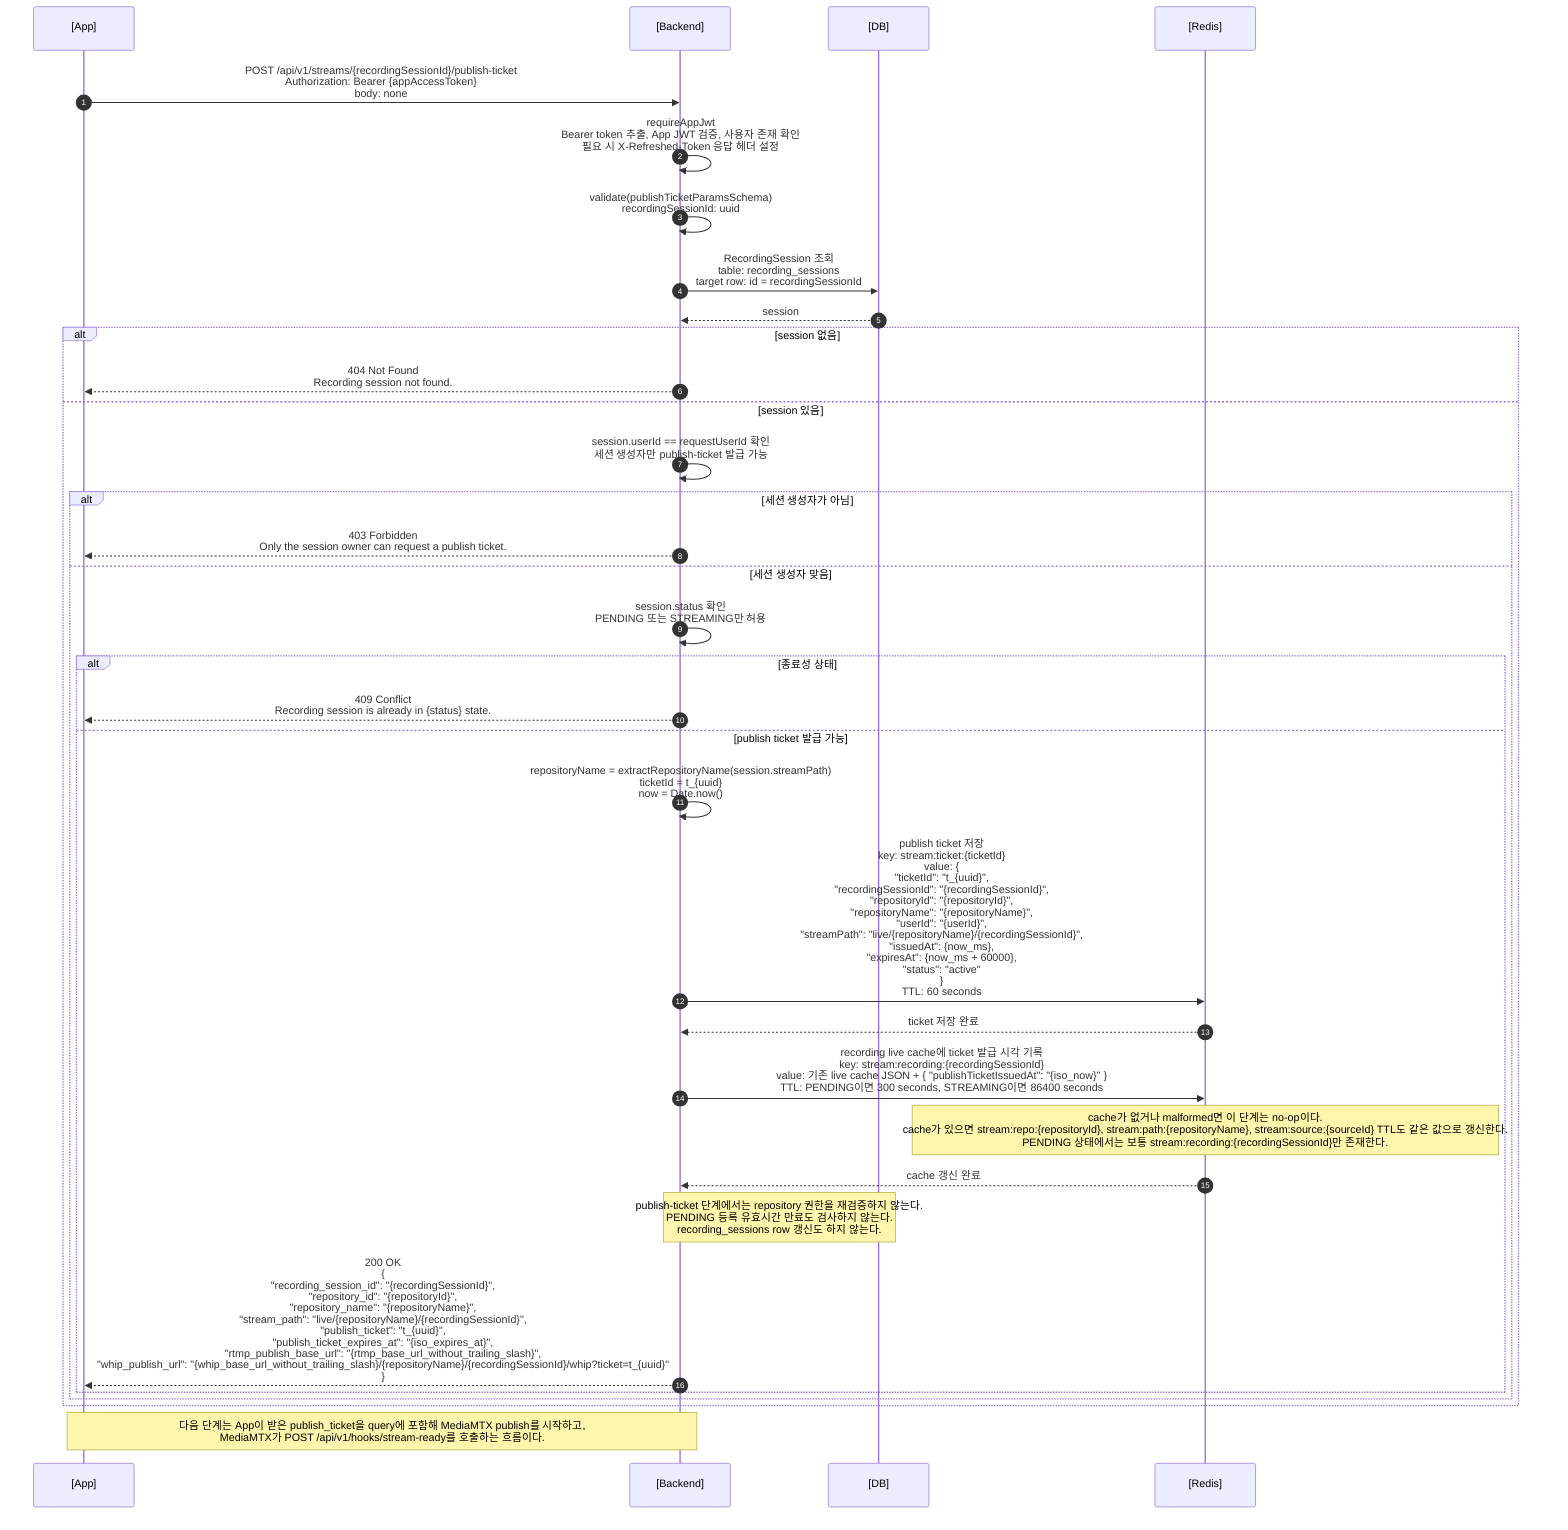
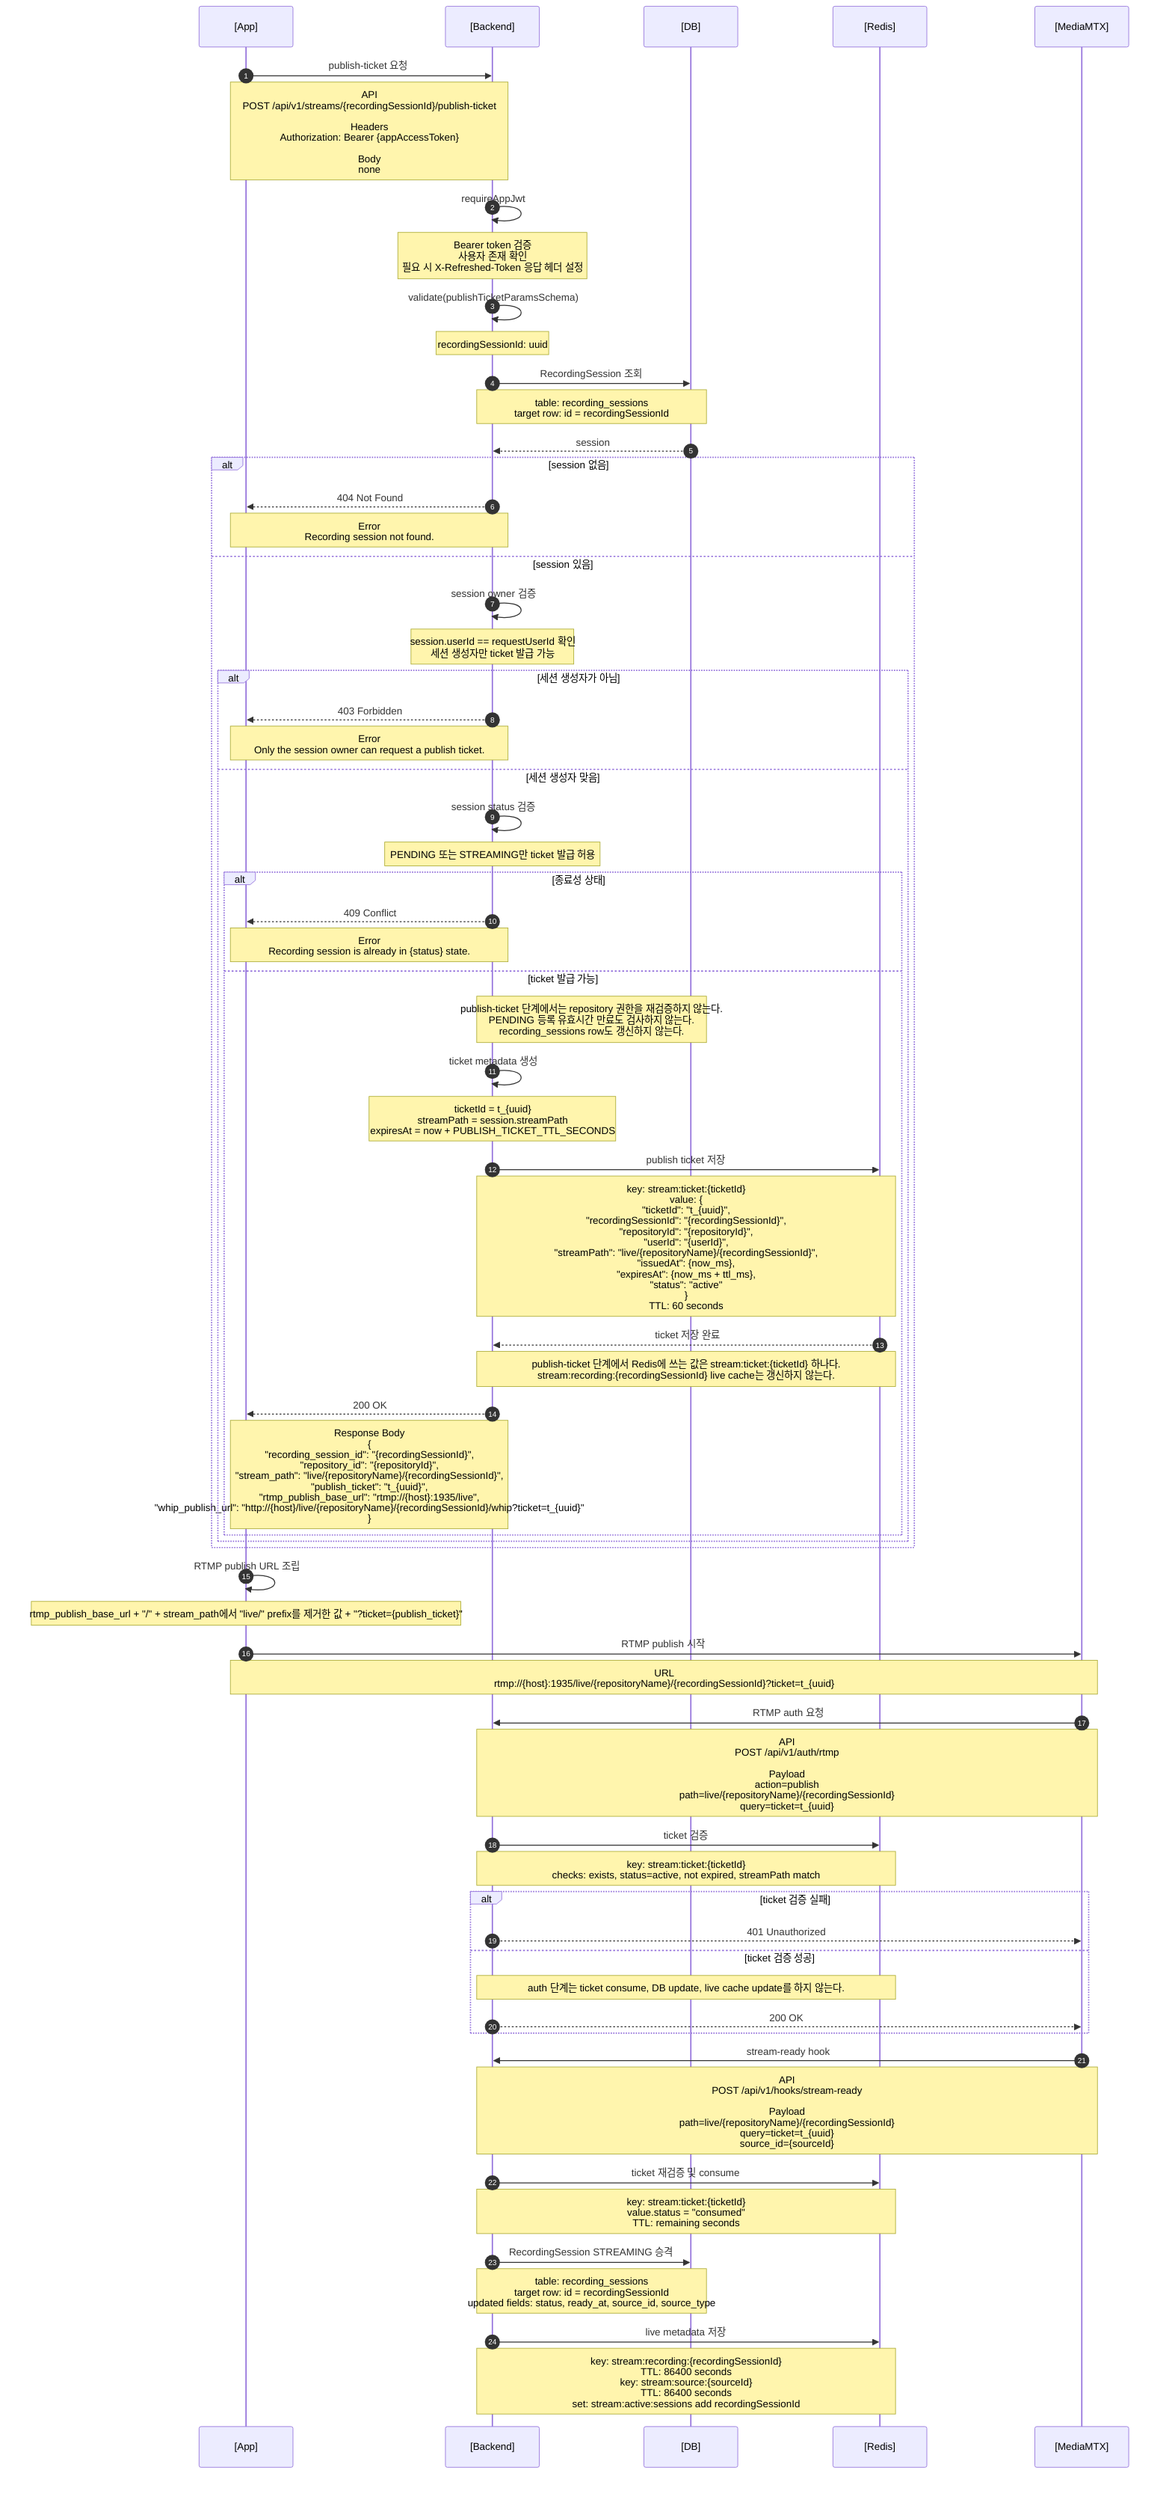
sequenceDiagram
  autonumber
  participant App as [App]
  participant Backend as [Backend]
  participant DB as [DB]
  participant Redis as [Redis]
+   participant MTX as [MediaMTX]

-   App->>Backend: POST /api/v1/streams/{recordingSessionId}/publish-ticket<br/>Authorization: Bearer {appAccessToken}<br/>body: none
+   App->>Backend: publish-ticket 요청
+   Note over App,Backend: API<br/>POST /api/v1/streams/{recordingSessionId}/publish-ticket<br/><br/>Headers<br/>Authorization: Bearer {appAccessToken}<br/><br/>Body<br/>none

-   Backend->>Backend: requireAppJwt<br/>Bearer token 추출, App JWT 검증, 사용자 존재 확인<br/>필요 시 X-Refreshed-Token 응답 헤더 설정
-   Backend->>Backend: validate(publishTicketParamsSchema)<br/>recordingSessionId: uuid
+   Backend->>Backend: requireAppJwt
+   Note over Backend: Bearer token 검증<br/>사용자 존재 확인<br/>필요 시 X-Refreshed-Token 응답 헤더 설정
+   Backend->>Backend: validate(publishTicketParamsSchema)
+   Note over Backend: recordingSessionId: uuid

-   Backend->>DB: RecordingSession 조회<br/>table: recording_sessions<br/>target row: id = recordingSessionId
+   Backend->>DB: RecordingSession 조회
+   Note over Backend,DB: table: recording_sessions<br/>target row: id = recordingSessionId
  DB-->>Backend: session

  alt session 없음
-     Backend-->>App: 404 Not Found<br/>Recording session not found.
+     Backend-->>App: 404 Not Found
+     Note over App,Backend: Error<br/>Recording session not found.
  else session 있음
-     Backend->>Backend: session.userId == requestUserId 확인<br/>세션 생성자만 publish-ticket 발급 가능
+     Backend->>Backend: session owner 검증
+     Note over Backend: session.userId == requestUserId 확인<br/>세션 생성자만 ticket 발급 가능
    alt 세션 생성자가 아님
-       Backend-->>App: 403 Forbidden<br/>Only the session owner can request a publish ticket.
+       Backend-->>App: 403 Forbidden
+       Note over App,Backend: Error<br/>Only the session owner can request a publish ticket.
    else 세션 생성자 맞음
-       Backend->>Backend: session.status 확인<br/>PENDING 또는 STREAMING만 허용
+       Backend->>Backend: session status 검증
+       Note over Backend: PENDING 또는 STREAMING만 ticket 발급 허용
      alt 종료성 상태
-         Backend-->>App: 409 Conflict<br/>Recording session is already in {status} state.
-       else publish ticket 발급 가능
-         Backend->>Backend: repositoryName = extractRepositoryName(session.streamPath)<br/>ticketId = t_{uuid}<br/>now = Date.now()
+         Backend-->>App: 409 Conflict
+         Note over App,Backend: Error<br/>Recording session is already in {status} state.
+       else ticket 발급 가능
+         Note over Backend,DB: publish-ticket 단계에서는 repository 권한을 재검증하지 않는다.<br/>PENDING 등록 유효시간 만료도 검사하지 않는다.<br/>recording_sessions row도 갱신하지 않는다.

-         Backend->>Redis: publish ticket 저장<br/>key: stream:ticket:{ticketId}<br/>value: {<br/>  "ticketId": "t_{uuid}",<br/>  "recordingSessionId": "{recordingSessionId}",<br/>  "repositoryId": "{repositoryId}",<br/>  "repositoryName": "{repositoryName}",<br/>  "userId": "{userId}",<br/>  "streamPath": "live/{repositoryName}/{recordingSessionId}",<br/>  "issuedAt": {now_ms},<br/>  "expiresAt": {now_ms + 60000},<br/>  "status": "active"<br/>}<br/>TTL: 60 seconds
+         Backend->>Backend: ticket metadata 생성
+         Note over Backend: ticketId = t_{uuid}<br/>streamPath = session.streamPath<br/>expiresAt = now + PUBLISH_TICKET_TTL_SECONDS
+ 
+         Backend->>Redis: publish ticket 저장
+         Note over Backend,Redis: key: stream:ticket:{ticketId}<br/>value: {<br/>  "ticketId": "t_{uuid}",<br/>  "recordingSessionId": "{recordingSessionId}",<br/>  "repositoryId": "{repositoryId}",<br/>  "userId": "{userId}",<br/>  "streamPath": "live/{repositoryName}/{recordingSessionId}",<br/>  "issuedAt": {now_ms},<br/>  "expiresAt": {now_ms + ttl_ms},<br/>  "status": "active"<br/>}<br/>TTL: 60 seconds
        Redis-->>Backend: ticket 저장 완료

-         Backend->>Redis: recording live cache에 ticket 발급 시각 기록<br/>key: stream:recording:{recordingSessionId}<br/>value: 기존 live cache JSON + { "publishTicketIssuedAt": "{iso_now}" }<br/>TTL: PENDING이면 300 seconds, STREAMING이면 86400 seconds
-         Note over Redis: cache가 없거나 malformed면 이 단계는 no-op이다.<br/>cache가 있으면 stream:repo:{repositoryId}, stream:path:{repositoryName}, stream:source:{sourceId} TTL도 같은 값으로 갱신한다.<br/>PENDING 상태에서는 보통 stream:recording:{recordingSessionId}만 존재한다.
-         Redis-->>Backend: cache 갱신 완료
+         Note over Backend,Redis: publish-ticket 단계에서 Redis에 쓰는 값은 stream:ticket:{ticketId} 하나다.<br/>stream:recording:{recordingSessionId} live cache는 갱신하지 않는다.

-         Note over Backend,DB: publish-ticket 단계에서는 repository 권한을 재검증하지 않는다.<br/>PENDING 등록 유효시간 만료도 검사하지 않는다.<br/>recording_sessions row 갱신도 하지 않는다.
- 
-         Backend-->>App: 200 OK<br/>{<br/>  "recording_session_id": "{recordingSessionId}",<br/>  "repository_id": "{repositoryId}",<br/>  "repository_name": "{repositoryName}",<br/>  "stream_path": "live/{repositoryName}/{recordingSessionId}",<br/>  "publish_ticket": "t_{uuid}",<br/>  "publish_ticket_expires_at": "{iso_expires_at}",<br/>  "rtmp_publish_base_url": "{rtmp_base_url_without_trailing_slash}",<br/>  "whip_publish_url": "{whip_base_url_without_trailing_slash}/{repositoryName}/{recordingSessionId}/whip?ticket=t_{uuid}"<br/>}
+         Backend-->>App: 200 OK
+         Note over App,Backend: Response Body<br/>{<br/>  "recording_session_id": "{recordingSessionId}",<br/>  "repository_id": "{repositoryId}",<br/>  "stream_path": "live/{repositoryName}/{recordingSessionId}",<br/>  "publish_ticket": "t_{uuid}",<br/>  "rtmp_publish_base_url": "rtmp://{host}:1935/live",<br/>  "whip_publish_url": "http://{host}/live/{repositoryName}/{recordingSessionId}/whip?ticket=t_{uuid}"<br/>}
      end
    end
  end

-   Note over App,Backend: 다음 단계는 App이 받은 publish_ticket을 query에 포함해 MediaMTX publish를 시작하고,<br/>MediaMTX가 POST /api/v1/hooks/stream-ready를 호출하는 흐름이다.
+   App->>App: RTMP publish URL 조립
+   Note over App: rtmp_publish_base_url + "/" + stream_path에서 "live/" prefix를 제거한 값 + "?ticket={publish_ticket}"
+   App->>MTX: RTMP publish 시작
+   Note over App,MTX: URL<br/>rtmp://{host}:1935/live/{repositoryName}/{recordingSessionId}?ticket=t_{uuid}
+   MTX->>Backend: RTMP auth 요청
+   Note over Backend,MTX: API<br/>POST /api/v1/auth/rtmp<br/><br/>Payload<br/>action=publish<br/>path=live/{repositoryName}/{recordingSessionId}<br/>query=ticket=t_{uuid}
+ 
+   Backend->>Redis: ticket 검증
+   Note over Backend,Redis: key: stream:ticket:{ticketId}<br/>checks: exists, status=active, not expired, streamPath match
+   alt ticket 검증 실패
+     Backend-->>MTX: 401 Unauthorized
+   else ticket 검증 성공
+     Note over Backend,Redis: auth 단계는 ticket consume, DB update, live cache update를 하지 않는다.
+     Backend-->>MTX: 200 OK
+   end
+ 
+   MTX->>Backend: stream-ready hook
+   Note over Backend,MTX: API<br/>POST /api/v1/hooks/stream-ready<br/><br/>Payload<br/>path=live/{repositoryName}/{recordingSessionId}<br/>query=ticket=t_{uuid}<br/>source_id={sourceId}
+   Backend->>Redis: ticket 재검증 및 consume
+   Note over Backend,Redis: key: stream:ticket:{ticketId}<br/>value.status = "consumed"<br/>TTL: remaining seconds
+   Backend->>DB: RecordingSession STREAMING 승격
+   Note over Backend,DB: table: recording_sessions<br/>target row: id = recordingSessionId<br/>updated fields: status, ready_at, source_id, source_type
+   Backend->>Redis: live metadata 저장
+   Note over Backend,Redis: key: stream:recording:{recordingSessionId}<br/>TTL: 86400 seconds<br/>key: stream:source:{sourceId}<br/>TTL: 86400 seconds<br/>set: stream:active:sessions add recordingSessionId
